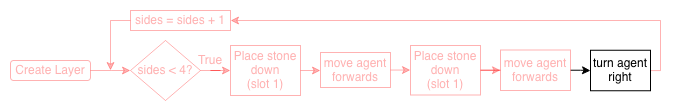
Above: tutorials/python-islands/island-7/tower_builder/images/flowchart-landscape-function_3.png in CausewayDigital/Minecraft-EE-MakeCode (draw.io), before the change. Source tidied: cells renumbered, new cells last; positions are measured from the earlier drawing's top-left corner, leaving out a move shared by most shapes.
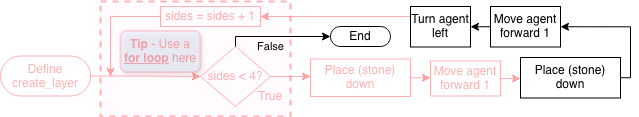
Above is the later version.

Commit message:
Updated tower builder function tutorial and flowcharts

What changed in the source:
```diff
@@ -2,64 +2,93 @@
   <root>
     <mxCell id="0" />
     <mxCell id="1" parent="0" />
-    <mxCell id="2" value="Create Layer" style="rounded=1;whiteSpace=wrap;html=1;fontColor=#FF0000;textOpacity=30;strokeColor=light-dark(#FF0000,#FF0000);opacity=30;" parent="1" vertex="1">
-      <mxGeometry y="50" width="80" height="20" as="geometry" />
-    </mxCell>
-    <mxCell id="3" style="edgeStyle=orthogonalEdgeStyle;rounded=0;jettySize=auto;html=1;fontColor=#FF0000;textOpacity=30;strokeColor=light-dark(#FF0000,#FF0000);opacity=30;" parent="1" edge="1" target="5">
-      <mxGeometry relative="1" as="geometry">
-        <mxPoint x="80" y="60" as="sourcePoint" />
-      </mxGeometry>
-    </mxCell>
+    <mxCell id="19" style="rounded=0;whiteSpace=wrap;html=1;fillColor=light-dark(#FB0FFF0D,#EDEDED0D);strokeColor=#FF0000;strokeWidth=2;dashed=1;perimeterSpacing=0;fontColor=#FF0000;textOpacity=30;opacity=30;" parent="1" vertex="1">
+      <mxGeometry x="-250" y="-80" width="190" height="115" as="geometry" />
+    </mxCell>
-    <mxCell id="4" style="edgeStyle=orthogonalEdgeStyle;rounded=0;jettySize=auto;html=1;fontColor=#FF0000;textOpacity=30;strokeColor=light-dark(#FF0000,#FF0000);opacity=30;" parent="1" edge="1" source="5" target="7">
-      <mxGeometry relative="1" as="geometry" />
+    <mxCell id="4" style="edgeStyle=orthogonalEdgeStyle;rounded=0;jettySize=auto;html=1;fontColor=#FF0000;textOpacity=30;strokeColor=#FF0000;opacity=30;" parent="1" edge="1" source="5" target="7">
+      <mxGeometry relative="1" as="geometry">
+        <Array as="points">
+          <mxPoint x="-50" y="-5" />
+          <mxPoint x="-50" y="-5" />
+        </Array>
+      </mxGeometry>
     </mxCell>
-    <mxCell id="5" value="sides &amp;lt; 4?" style="rhombus;whiteSpace=wrap;html=1;fontColor=#FF0000;textOpacity=30;strokeColor=light-dark(#FF0000,#FF0000);opacity=30;" parent="1" vertex="1">
-      <mxGeometry x="120" y="30" width="70" height="60" as="geometry" />
+    <mxCell id="5" value="sides &amp;lt; 4?" style="rhombus;whiteSpace=wrap;html=1;fontColor=#FF0000;textOpacity=30;strokeColor=#FF0000;opacity=30;" parent="1" vertex="1">
+      <mxGeometry x="-150" y="-35" width="70" height="60" as="geometry" />
     </mxCell>
-    <mxCell id="6" style="edgeStyle=orthogonalEdgeStyle;rounded=0;jettySize=auto;html=1;entryX=0;entryY=0.5;entryDx=0;entryDy=0;fontColor=#FF0000;textOpacity=30;strokeColor=light-dark(#FF0000,#FF0000);opacity=30;" parent="1" edge="1" source="7" target="9">
+    <mxCell id="6" style="edgeStyle=orthogonalEdgeStyle;rounded=0;jettySize=auto;html=1;exitX=1;exitY=0.5;exitDx=0;exitDy=0;entryX=0;entryY=0.5;entryDx=0;entryDy=0;fontColor=#FF0000;textOpacity=30;strokeColor=#FF0000;opacity=30;" parent="1" edge="1" source="7" target="9">
       <mxGeometry relative="1" as="geometry" />
     </mxCell>
-    <mxCell id="7" value="&lt;div&gt;Place stone down&lt;/div&gt;&lt;div&gt;(slot 1)&lt;/div&gt;" style="rounded=0;whiteSpace=wrap;html=1;strokeColor=light-dark(#FF0000,#FF0000);fontColor=#FF0000;textOpacity=30;opacity=30;" parent="1" vertex="1">
-      <mxGeometry x="220" y="35" width="70" height="50" as="geometry" />
+    <mxCell id="7" value="&lt;div&gt;Place (stone) down&lt;/div&gt;" style="rounded=0;whiteSpace=wrap;html=1;strokeColor=#FF0000;fontColor=#FF0000;textOpacity=30;opacity=30;" parent="1" vertex="1">
+      <mxGeometry x="-40" y="-22.5" width="100" height="37.5" as="geometry" />
     </mxCell>
-    <mxCell id="8" style="edgeStyle=orthogonalEdgeStyle;rounded=0;jettySize=auto;html=1;fontColor=#FF0000;textOpacity=30;strokeColor=light-dark(#FF0000,#FF0000);opacity=30;" parent="1" edge="1" source="9" target="11">
+    <mxCell id="8" style="edgeStyle=orthogonalEdgeStyle;rounded=0;jettySize=auto;html=1;exitX=1;exitY=0.5;exitDx=0;exitDy=0;entryX=0;entryY=0.5;entryDx=0;entryDy=0;fontColor=#FF0000;textOpacity=30;strokeColor=#FF0000;opacity=30;" parent="1" edge="1" source="9" target="11">
       <mxGeometry relative="1" as="geometry" />
     </mxCell>
-    <mxCell id="9" value="move agent forwards" style="rounded=0;whiteSpace=wrap;html=1;strokeColor=light-dark(#FF0000,#FF0000);fontColor=#FF0000;textOpacity=30;opacity=30;" parent="1" vertex="1">
-      <mxGeometry x="310" y="42" width="70" height="35" as="geometry" />
+    <mxCell id="9" value="Move agent forward 1" style="rounded=0;whiteSpace=wrap;html=1;strokeColor=#FF0000;fontColor=#FF0000;textOpacity=30;opacity=30;" parent="1" vertex="1">
+      <mxGeometry x="80" y="-20.5" width="70" height="35" as="geometry" />
     </mxCell>
-    <mxCell id="10" style="edgeStyle=orthogonalEdgeStyle;rounded=0;jettySize=auto;html=1;fontColor=#FF0000;textOpacity=30;strokeColor=light-dark(#FF0000,#FF0000);opacity=30;" parent="1" edge="1" source="11" target="13">
-      <mxGeometry relative="1" as="geometry" />
+    <mxCell id="10" style="edgeStyle=orthogonalEdgeStyle;rounded=0;jettySize=auto;html=1;entryX=1;entryY=0.5;entryDx=0;entryDy=0;" parent="1" edge="1" source="11" target="13">
+      <mxGeometry relative="1" as="geometry">
+        <Array as="points">
+          <mxPoint x="280" y="-4" />
+          <mxPoint x="280" y="-55" />
+        </Array>
+      </mxGeometry>
     </mxCell>
-    <mxCell id="11" value="&lt;div&gt;Place stone down&lt;/div&gt;(slot 1)" style="rounded=0;whiteSpace=wrap;html=1;strokeColor=light-dark(#FF0000,#FF0000);fontColor=#FF0000;textOpacity=30;opacity=30;" parent="1" vertex="1">
-      <mxGeometry x="400" y="35" width="70" height="49.5" as="geometry" />
+    <mxCell id="11" value="&lt;div&gt;Place (stone) down&lt;/div&gt;" style="rounded=0;whiteSpace=wrap;html=1;strokeColor=light-dark(#000000, #ededed);" parent="1" vertex="1">
+      <mxGeometry x="170" y="-24" width="100" height="40.5" as="geometry" />
     </mxCell>
-    <mxCell id="12" style="edgeStyle=orthogonalEdgeStyle;rounded=0;jettySize=auto;html=1;fontColor=#FF0000;textOpacity=30;strokeColor=light-dark(#000000,#000000);" parent="1" edge="1" source="13" target="18">
+    <mxCell id="12" style="edgeStyle=orthogonalEdgeStyle;rounded=0;jettySize=auto;html=1;exitX=0;exitY=0.5;exitDx=0;exitDy=0;entryX=1;entryY=0.5;entryDx=0;entryDy=0;" parent="1" edge="1" source="13" target="18">
       <mxGeometry relative="1" as="geometry" />
     </mxCell>
-    <mxCell id="13" value="move agent forwards" style="rounded=0;whiteSpace=wrap;html=1;strokeColor=light-dark(#FF0000,#FF0000);fontColor=#FF0000;textOpacity=30;opacity=30;" parent="1" vertex="1">
-      <mxGeometry x="490" y="39.5" width="70" height="40.5" as="geometry" />
+    <mxCell id="13" value="Move agent forward 1" style="rounded=0;whiteSpace=wrap;html=1;strokeColor=light-dark(#000000, #ededed);" parent="1" vertex="1">
+      <mxGeometry x="140" y="-75" width="70" height="40.5" as="geometry" />
     </mxCell>
-    <mxCell id="14" style="edgeStyle=orthogonalEdgeStyle;rounded=0;jettySize=auto;html=1;fontColor=#FF0000;textOpacity=30;strokeColor=light-dark(#FF0000,#FF0000);opacity=30;" parent="1" edge="1" source="15">
-      <mxGeometry relative="1" as="geometry">
-        <mxPoint x="100" y="60" as="targetPoint" />
-      </mxGeometry>
-    </mxCell>
+    <mxCell id="20" style="edgeStyle=orthogonalEdgeStyle;rounded=0;jettySize=auto;html=1;exitX=0;exitY=0.5;exitDx=0;exitDy=0;fontColor=#FF0000;textOpacity=30;strokeColor=#FF0000;opacity=30;" parent="1" edge="1" source="15">
+      <mxGeometry relative="1" as="geometry">
+        <mxPoint x="-240" y="-5" as="targetPoint" />
+      </mxGeometry>
+    </mxCell>
-    <mxCell id="15" value="sides = sides + 1" style="rounded=0;whiteSpace=wrap;html=1;fontColor=#FF0000;textOpacity=30;strokeColor=light-dark(#FF0000,#FF0000);opacity=30;" parent="1" vertex="1">
-      <mxGeometry x="120" width="100" height="20" as="geometry" />
+    <mxCell id="15" value="sides = sides + 1" style="rounded=0;whiteSpace=wrap;html=1;fontColor=#FF0000;textOpacity=30;strokeColor=#FF0000;opacity=30;" parent="1" vertex="1">
+      <mxGeometry x="-190" y="-75" width="100" height="20" as="geometry" />
     </mxCell>
     <mxCell id="16" value="True&lt;span style=&quot;font-family: monospace; font-size: 0px;&quot;&gt;%3CmxGraphModel%3E%3Croot%3E%3CmxCell%20id%3D%220%22%2F%3E%3CmxCell%20id%3D%221%22%20parent%3D%220%22%2F%3E%3CmxCell%20id%3D%222%22%20value%3D%22False%22%20style%3D%22text%3Bhtml%3D1%3BstrokeColor%3Dnone%3BfillColor%3Dnone%3Balign%3Dcenter%3BverticalAlign%3Dmiddle%3BwhiteSpace%3Dwrap%3Brounded%3D0%3B%22%20vertex%3D%221%22%20parent%3D%221%22%3E%3CmxGeometry%20x%3D%22260%22%20y%3D%22440%22%20width%3D%2240%22%20height%3D%2220%22%20as%3D%22geometry%22%2F%3E%3C%2FmxCell%3E%3C%2Froot%3E%3C%2FmxGraphModel%3E&lt;/span&gt;" style="text;html=1;strokeColor=none;fillColor=none;align=center;verticalAlign=middle;whiteSpace=wrap;rounded=0;fontColor=#FF0000;textOpacity=30;" parent="1" vertex="1">
-      <mxGeometry x="180" y="40" width="40" height="20" as="geometry" />
+      <mxGeometry x="-100" y="5" width="40" height="20" as="geometry" />
     </mxCell>
-    <mxCell id="17" style="edgeStyle=orthogonalEdgeStyle;rounded=0;jettySize=auto;html=1;entryX=1;entryY=0.5;entryDx=0;entryDy=0;fontColor=#FF0000;textOpacity=30;strokeColor=light-dark(#FF0000,#FF0000);opacity=30;" parent="1" edge="1" source="18" target="15">
+    <mxCell id="17" style="edgeStyle=orthogonalEdgeStyle;rounded=0;jettySize=auto;html=1;exitX=0;exitY=0.5;exitDx=0;exitDy=0;entryX=1;entryY=0.5;entryDx=0;entryDy=0;fontColor=#FF0000;textOpacity=30;strokeColor=#FF0000;opacity=30;" parent="1" edge="1" source="18" target="15">
       <mxGeometry relative="1" as="geometry">
         <Array as="points">
-          <mxPoint x="650" y="10" />
+          <mxPoint x="60" y="-65" />
         </Array>
       </mxGeometry>
     </mxCell>
-    <mxCell id="18" value="turn agent right" style="rounded=0;whiteSpace=wrap;html=1;strokeColor=light-dark(#000000,#FF0000);" parent="1" vertex="1">
-      <mxGeometry x="580" y="39.8" width="60" height="40.5" as="geometry" />
+    <mxCell id="18" value="Turn agent left" style="rounded=0;whiteSpace=wrap;html=1;strokeColor=light-dark(#000000, #ededed);" parent="1" vertex="1">
+      <mxGeometry x="60" y="-75" width="60" height="40.5" as="geometry" />
     </mxCell>
+    <mxCell id="21" style="edgeStyle=orthogonalEdgeStyle;rounded=0;jettySize=auto;html=1;exitX=1;exitY=0.5;exitDx=0;exitDy=0;exitPerimeter=0;entryX=0;entryY=0.5;entryDx=0;entryDy=0;fontColor=#FF0000;textOpacity=30;strokeColor=#FF0000;opacity=30;" parent="1" edge="1" source="22" target="5">
+      <mxGeometry relative="1" as="geometry" />
+    </mxCell>
+    <mxCell id="22" value="Define&lt;br&gt;create_layer" style="html=1;dashed=0;whiteSpace=wrap;shape=mxgraph.dfd.start;fontColor=#FF0000;textOpacity=30;strokeColor=#FF0000;opacity=30;" parent="1" vertex="1">
+      <mxGeometry x="-350" y="-25.5" width="90" height="40" as="geometry" />
+    </mxCell>
+    <mxCell id="23" value="End" style="html=1;dashed=0;whiteSpace=wrap;shape=mxgraph.dfd.start;" parent="1" vertex="1">
+      <mxGeometry x="-20" y="-55" width="60" height="20" as="geometry" />
+    </mxCell>
+    <mxCell id="24" style="edgeStyle=orthogonalEdgeStyle;rounded=0;jettySize=auto;html=1;exitX=0.5;exitY=0;exitDx=0;exitDy=0;entryX=0;entryY=0.5;entryDx=0;entryDy=0;entryPerimeter=0;" parent="1" edge="1" source="5" target="23">
+      <mxGeometry relative="1" as="geometry">
+        <Array as="points">
+          <mxPoint x="-115" y="-45" />
+        </Array>
+      </mxGeometry>
+    </mxCell>
+    <mxCell id="25" value="False" style="edgeLabel;html=1;align=center;verticalAlign=middle;labelBackgroundColor=none;" parent="24" vertex="1">
+      <mxGeometry x="-0.39" y="3" relative="1" as="geometry">
+        <mxPoint x="13" y="13" as="offset" />
+      </mxGeometry>
+    </mxCell>
+    <mxCell id="26" value="&lt;b&gt;Tip &lt;/b&gt;- Use a &lt;b&gt;&lt;u&gt;for loop&lt;/u&gt;&lt;/b&gt; here" style="text;html=1;whiteSpace=wrap;strokeColor=#FF0000;fillColor=#dae8fc;align=center;verticalAlign=middle;rounded=1;glass=0;shadow=1;opacity=30;fontColor=#FF0000;textOpacity=30;" parent="1" vertex="1">
+      <mxGeometry x="-230" y="-50.8" width="80" height="41.5" as="geometry" />
+    </mxCell>
   </root>
 </mxGraphModel>
```
